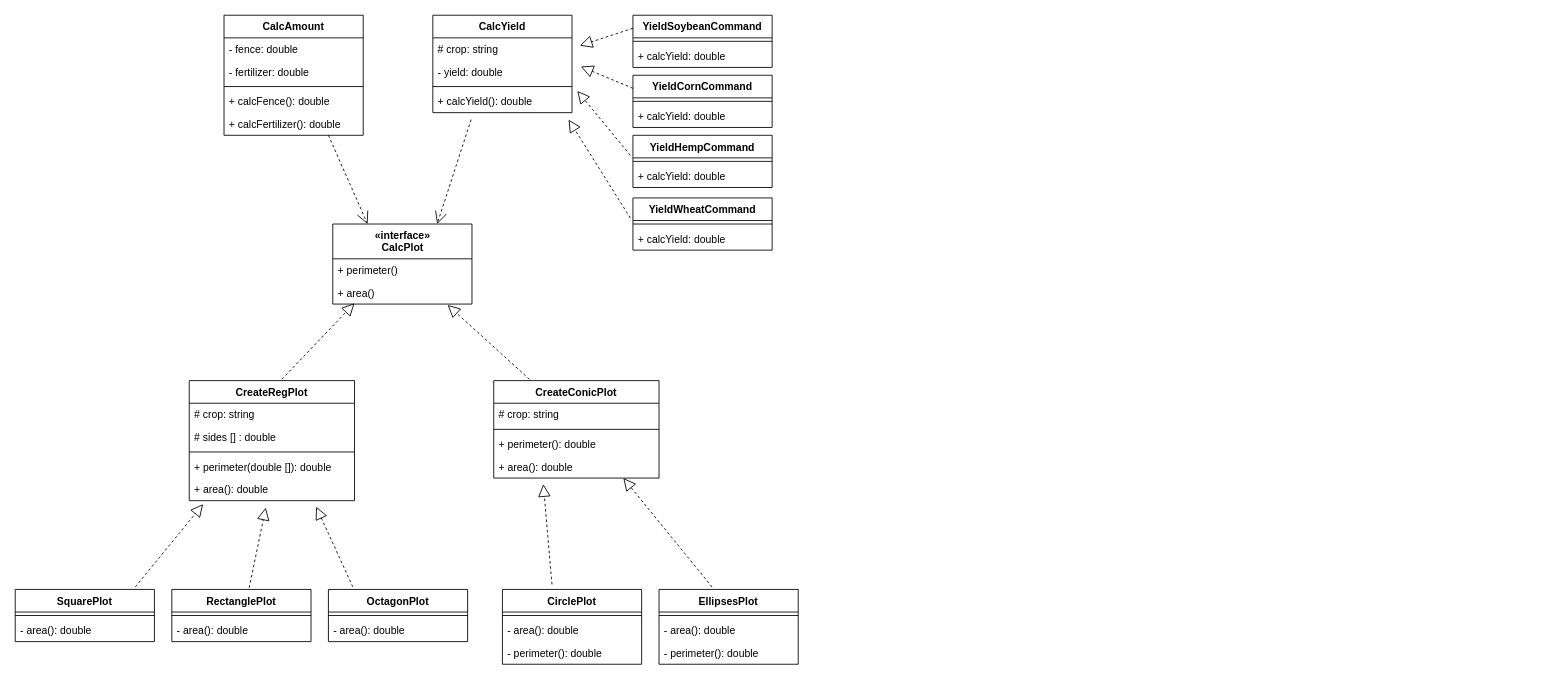
aulo/CISC210Draw keeps this draw.io diagram as Farming.drawio. Above is the earlier version. Source tidied: cells renumbered, new cells numbered last; positions are measured from the earlier drawing's top-left corner, leaving out a move shared by most shapes. Both pictures are drawn from the tidied source at 87%, with x=0, y=0 at pixel (15, 15).
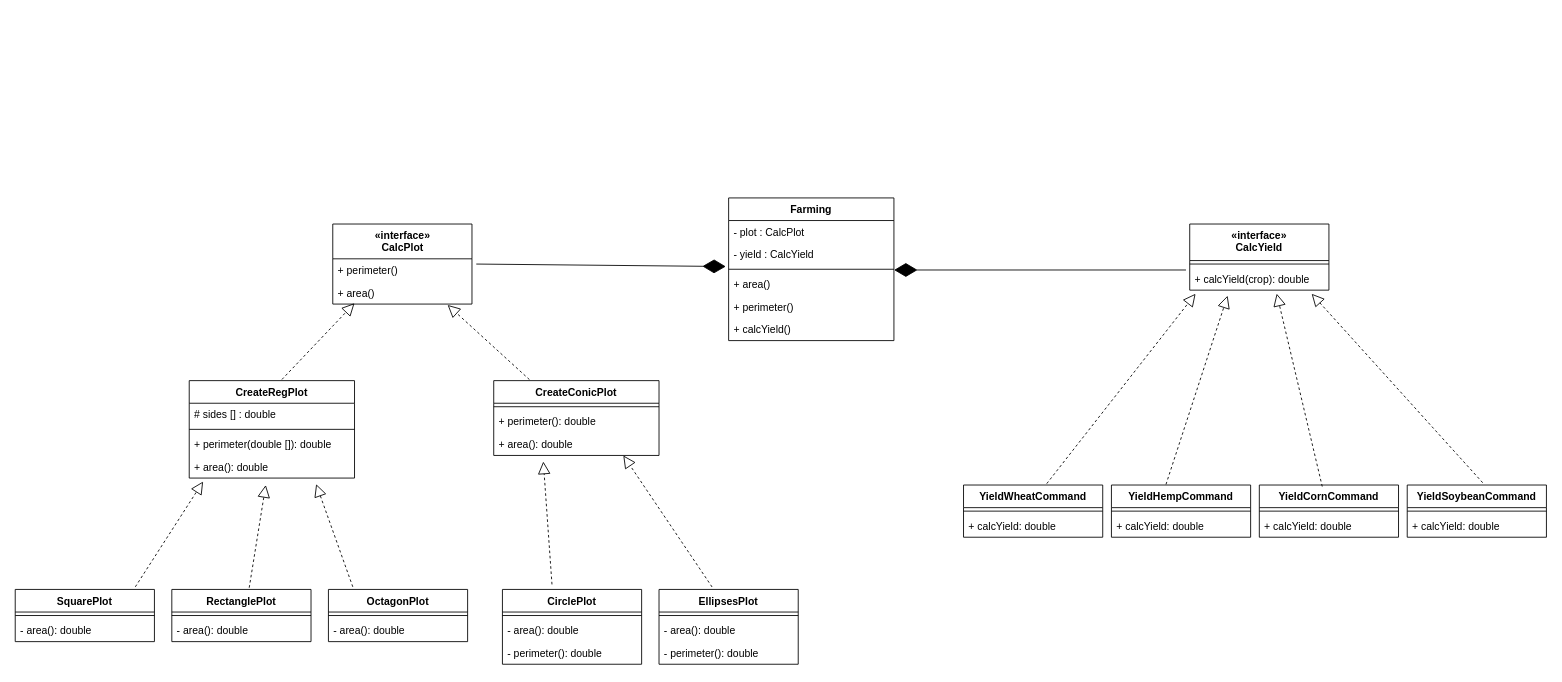
The same diagram, later.

The change refers to these unchanged cells:
```xml
<mxCell id="2" value="«interface»&lt;br&gt;&lt;b&gt;CalcPlot&lt;/b&gt;" style="swimlane;fontStyle=1;align=center;verticalAlign=top;horizontal=1;startSize=40;html=1;swimlaneLine=1;" parent="1" vertex="1">
  <mxGeometry x="365" y="240" width="160" height="92" as="geometry" />
</mxCell>
<mxCell id="3" value="+ perimeter()" style="text;strokeColor=none;fillColor=none;align=left;verticalAlign=top;spacingLeft=4;spacingRight=4;overflow=hidden;points=[[0,0.5],[1,0.5]];portConstraint=eastwest;" parent="2" vertex="1">
  <mxGeometry y="40" width="160" height="26" as="geometry" />
</mxCell>
```

Diff of the diagram source:
```diff
@@
     <mxCell id="5" value="CreateRegPlot" style="swimlane;fontStyle=1;align=center;verticalAlign=top;horizontal=1;startSize=26;" parent="1" vertex="1">
-      <mxGeometry x="200" y="420" width="190" height="138" as="geometry" />
+      <mxGeometry x="200" y="420" width="190" height="112" as="geometry" />
     </mxCell>
-    <mxCell id="6" value="# crop: string" style="text;strokeColor=none;fillColor=none;align=left;verticalAlign=top;spacingLeft=4;spacingRight=4;overflow=hidden;" parent="5" vertex="1">
-      <mxGeometry y="26" width="190" height="26" as="geometry" />
-    </mxCell>
     <mxCell id="7" value="# sides [] : double" style="text;strokeColor=none;fillColor=none;align=left;verticalAlign=top;spacingLeft=4;spacingRight=4;overflow=hidden;" parent="5" vertex="1">
-      <mxGeometry y="52" width="190" height="26" as="geometry" />
+      <mxGeometry y="26" width="190" height="26" as="geometry" />
     </mxCell>
     <mxCell id="8" style="line;strokeWidth=1;fillColor=none;align=left;verticalAlign=middle;spacingTop=-1;spacingLeft=3;spacingRight=3;labelPosition=right;" parent="5" vertex="1">
-      <mxGeometry y="78" width="190" height="8" as="geometry" />
+      <mxGeometry y="52" width="190" height="8" as="geometry" />
     </mxCell>
     <mxCell id="9" value="+ perimeter(double []): double" style="text;strokeColor=none;fillColor=none;align=left;verticalAlign=top;spacingLeft=4;spacingRight=4;overflow=hidden;" parent="5" vertex="1">
-      <mxGeometry y="86" width="190" height="26" as="geometry" />
+      <mxGeometry y="60" width="190" height="26" as="geometry" />
     </mxCell>
     <mxCell id="10" value="+ area(): double" style="text;strokeColor=none;fillColor=none;align=left;verticalAlign=top;spacingLeft=4;spacingRight=4;overflow=hidden;points=[[0,0.5],[1,0.5]];portConstraint=eastwest;" parent="5" vertex="1">
-      <mxGeometry y="112" width="190" height="26" as="geometry" />
+      <mxGeometry y="86" width="190" height="26" as="geometry" />
     </mxCell>
-    <mxCell id="11" value="CalcAmount" style="swimlane;fontStyle=1;align=center;verticalAlign=top;horizontal=1;startSize=26;" parent="1" vertex="1">
-      <mxGeometry x="240" width="160" height="138" as="geometry" />
-    </mxCell>
-    <mxCell id="12" value="- fence: double" style="text;strokeColor=none;fillColor=none;align=left;verticalAlign=top;spacingLeft=4;spacingRight=4;overflow=hidden;" parent="11" vertex="1">
-      <mxGeometry y="26" width="160" height="26" as="geometry" />
-    </mxCell>
-    <mxCell id="13" value="- fertilizer: double" style="text;strokeColor=none;fillColor=none;align=left;verticalAlign=top;spacingLeft=4;spacingRight=4;overflow=hidden;" parent="11" vertex="1">
-      <mxGeometry y="52" width="160" height="26" as="geometry" />
-    </mxCell>
-    <mxCell id="14" style="line;strokeWidth=1;fillColor=none;align=left;verticalAlign=middle;spacingTop=-1;spacingLeft=3;spacingRight=3;labelPosition=right;" parent="11" vertex="1">
-      <mxGeometry y="78" width="160" height="8" as="geometry" />
-    </mxCell>
-    <mxCell id="15" value="+ calcFence(): double" style="text;strokeColor=none;fillColor=none;align=left;verticalAlign=top;spacingLeft=4;spacingRight=4;overflow=hidden;" parent="11" vertex="1">
-      <mxGeometry y="86" width="160" height="26" as="geometry" />
-    </mxCell>
-    <mxCell id="16" value="+ calcFertilizer(): double" style="text;strokeColor=none;fillColor=none;align=left;verticalAlign=top;spacingLeft=4;spacingRight=4;overflow=hidden;" parent="11" vertex="1">
-      <mxGeometry y="112" width="160" height="26" as="geometry" />
-    </mxCell>
-    <mxCell id="17" value="CalcYield" style="swimlane;fontStyle=1;align=center;verticalAlign=top;horizontal=1;startSize=26;" parent="1" vertex="1">
-      <mxGeometry x="480" width="160" height="112" as="geometry" />
+    <mxCell id="17" value="«interface»&#10;CalcYield" style="swimlane;fontStyle=1;align=center;verticalAlign=top;horizontal=1;startSize=42;" parent="1" vertex="1">
+      <mxGeometry x="1350" y="240" width="160" height="76" as="geometry" />
     </mxCell>
-    <mxCell id="18" value="# crop: string" style="text;strokeColor=none;fillColor=none;align=left;verticalAlign=top;spacingLeft=4;spacingRight=4;overflow=hidden;points=[[0,0.5],[1,0.5]];portConstraint=eastwest;" parent="17" vertex="1">
-      <mxGeometry y="26" width="160" height="26" as="geometry" />
-    </mxCell>
-    <mxCell id="19" value="- yield: double" style="text;strokeColor=none;fillColor=none;align=left;verticalAlign=top;spacingLeft=4;spacingRight=4;overflow=hidden;points=[[0,0.5],[1,0.5]];portConstraint=eastwest;" parent="17" vertex="1">
-      <mxGeometry y="52" width="160" height="26" as="geometry" />
-    </mxCell>
     <mxCell id="20" style="line;strokeWidth=1;fillColor=none;align=left;verticalAlign=middle;spacingTop=-1;spacingLeft=3;spacingRight=3;labelPosition=right;" parent="17" vertex="1">
-      <mxGeometry y="78" width="160" height="8" as="geometry" />
+      <mxGeometry y="42" width="160" height="8" as="geometry" />
     </mxCell>
-    <mxCell id="21" value="+ calcYield(): double" style="text;strokeColor=none;fillColor=none;align=left;verticalAlign=top;spacingLeft=4;spacingRight=4;overflow=hidden;points=[[0,0.5],[1,0.5]];portConstraint=eastwest;" parent="17" vertex="1">
-      <mxGeometry y="86" width="160" height="26" as="geometry" />
+    <mxCell id="21" value="+ calcYield(crop): double" style="text;strokeColor=none;fillColor=none;align=left;verticalAlign=top;spacingLeft=4;spacingRight=4;overflow=hidden;points=[[0,0.5],[1,0.5]];portConstraint=eastwest;" parent="17" vertex="1">
+      <mxGeometry y="50" width="160" height="26" as="geometry" />
     </mxCell>
@@
     <mxCell id="40" value="CreateConicPlot" style="swimlane;fontStyle=1;align=center;verticalAlign=top;horizontal=1;startSize=26;" parent="1" vertex="1">
-      <mxGeometry x="550" y="420" width="190" height="112" as="geometry" />
+      <mxGeometry x="550" y="420" width="190" height="86" as="geometry" />
     </mxCell>
-    <mxCell id="41" value="# crop: string" style="text;strokeColor=none;fillColor=none;align=left;verticalAlign=top;spacingLeft=4;spacingRight=4;overflow=hidden;" parent="40" vertex="1">
-      <mxGeometry y="26" width="190" height="26" as="geometry" />
-    </mxCell>
     <mxCell id="42" style="line;strokeWidth=1;fillColor=none;align=left;verticalAlign=middle;spacingTop=-1;spacingLeft=3;spacingRight=3;labelPosition=right;" parent="40" vertex="1">
-      <mxGeometry y="52" width="190" height="8" as="geometry" />
+      <mxGeometry y="26" width="190" height="8" as="geometry" />
     </mxCell>
     <mxCell id="43" value="+ perimeter(): double" style="text;strokeColor=none;fillColor=none;align=left;verticalAlign=top;spacingLeft=4;spacingRight=4;overflow=hidden;" parent="40" vertex="1">
-      <mxGeometry y="60" width="190" height="26" as="geometry" />
+      <mxGeometry y="34" width="190" height="26" as="geometry" />
     </mxCell>
     <mxCell id="44" value="+ area(): double" style="text;strokeColor=none;fillColor=none;align=left;verticalAlign=top;spacingLeft=4;spacingRight=4;overflow=hidden;points=[[0,0.5],[1,0.5]];portConstraint=eastwest;" parent="40" vertex="1">
-      <mxGeometry y="86" width="190" height="26" as="geometry" />
+      <mxGeometry y="60" width="190" height="26" as="geometry" />
     </mxCell>
@@
-    <mxCell id="51" style="endArrow=open;endSize=12;dashed=1;html=1;entryX=0.25;entryY=0;entryDx=0;entryDy=0;exitX=0.75;exitY=1;exitDx=0;exitDy=0;" parent="1" edge="1" source="11" target="2">
-      <mxGeometry relative="1" as="geometry" />
-    </mxCell>
-    <mxCell id="52" style="endArrow=open;endSize=12;dashed=1;html=1;exitX=0.275;exitY=1.308;exitDx=0;exitDy=0;exitPerimeter=0;entryX=0.75;entryY=0;entryDx=0;entryDy=0;" parent="1" edge="1" source="21" target="2">
-      <mxGeometry relative="1" as="geometry" />
-    </mxCell>
     <mxCell id="53" value="YieldSoybeanCommand" style="swimlane;fontStyle=1;align=center;verticalAlign=top;horizontal=1;startSize=26;" parent="1" vertex="1">
-      <mxGeometry x="710" width="160" height="60" as="geometry" />
+      <mxGeometry x="1600" y="540" width="160" height="60" as="geometry" />
     </mxCell>
@@
     <mxCell id="56" value="YieldCornCommand" style="swimlane;fontStyle=1;align=center;verticalAlign=top;horizontal=1;startSize=26;" parent="1" vertex="1">
-      <mxGeometry x="710" y="69" width="160" height="60" as="geometry" />
+      <mxGeometry x="1430" y="540" width="160" height="60" as="geometry" />
     </mxCell>
@@
     <mxCell id="59" value="YieldHempCommand" style="swimlane;fontStyle=1;align=center;verticalAlign=top;horizontal=1;startSize=26;" parent="1" vertex="1">
-      <mxGeometry x="710" y="138" width="160" height="60" as="geometry" />
+      <mxGeometry x="1260" y="540" width="160" height="60" as="geometry" />
     </mxCell>
@@
     <mxCell id="62" value="YieldWheatCommand" style="swimlane;fontStyle=1;align=center;verticalAlign=top;horizontal=1;startSize=26;" parent="1" vertex="1">
-      <mxGeometry x="710" y="210" width="160" height="60" as="geometry" />
+      <mxGeometry x="1090" y="540" width="160" height="60" as="geometry" />
     </mxCell>
@@
-    <mxCell id="65" style="endArrow=block;dashed=1;endFill=0;endSize=12;html=1;exitX=-0.019;exitY=0.383;exitDx=0;exitDy=0;exitPerimeter=0;entryX=0.975;entryY=1.308;entryDx=0;entryDy=0;entryPerimeter=0;" parent="1" edge="1" source="62" target="21">
+    <mxCell id="65" style="endArrow=block;dashed=1;endFill=0;endSize=12;html=1;entryX=0.042;entryY=1.16;entryDx=0;entryDy=0;entryPerimeter=0;exitX=0.598;exitY=-0.027;exitDx=0;exitDy=0;exitPerimeter=0;" parent="1" edge="1" source="62" target="21">
       <mxGeometry relative="1" as="geometry" />
     </mxCell>
-    <mxCell id="66" style="endArrow=block;dashed=1;endFill=0;endSize=12;html=1;exitX=-0.019;exitY=0.383;exitDx=0;exitDy=0;exitPerimeter=0;entryX=1.038;entryY=0.038;entryDx=0;entryDy=0;entryPerimeter=0;" parent="1" edge="1" source="59" target="21">
+    <mxCell id="66" style="endArrow=block;dashed=1;endFill=0;endSize=12;html=1;exitX=0.392;exitY=-0.012;exitDx=0;exitDy=0;exitPerimeter=0;entryX=0.272;entryY=1.246;entryDx=0;entryDy=0;entryPerimeter=0;" parent="1" edge="1" source="59" target="21">
       <mxGeometry relative="1" as="geometry" />
     </mxCell>
-    <mxCell id="67" style="endArrow=block;dashed=1;endFill=0;endSize=12;html=1;exitX=0;exitY=0.25;exitDx=0;exitDy=0;entryX=1.063;entryY=0.269;entryDx=0;entryDy=0;entryPerimeter=0;" parent="1" edge="1" source="56" target="19">
+    <mxCell id="67" style="endArrow=block;dashed=1;endFill=0;endSize=12;html=1;exitX=0.452;exitY=0.029;exitDx=0;exitDy=0;exitPerimeter=0;entryX=0.625;entryY=1.154;entryDx=0;entryDy=0;entryPerimeter=0;" parent="1" edge="1" source="56" target="21">
       <mxGeometry relative="1" as="geometry" />
     </mxCell>
-    <mxCell id="68" style="endArrow=block;dashed=1;endFill=0;endSize=12;html=1;exitX=0;exitY=0.25;exitDx=0;exitDy=0;entryX=1.056;entryY=0.346;entryDx=0;entryDy=0;entryPerimeter=0;" parent="1" edge="1" source="53" target="18">
+    <mxCell id="68" style="endArrow=block;dashed=1;endFill=0;endSize=12;html=1;exitX=0.542;exitY=-0.045;exitDx=0;exitDy=0;entryX=0.876;entryY=1.16;entryDx=0;entryDy=0;entryPerimeter=0;exitPerimeter=0;" parent="1" edge="1" source="53" target="21">
       <mxGeometry relative="1" as="geometry" />
     </mxCell>
+    <mxCell id="69" value="Farming" style="swimlane;fontStyle=1;align=center;verticalAlign=top;horizontal=1;startSize=26;" parent="1" vertex="1">
+      <mxGeometry x="820" y="210" width="190" height="164" as="geometry" />
+    </mxCell>
+    <mxCell id="70" value="- plot : CalcPlot" style="text;strokeColor=none;fillColor=none;align=left;verticalAlign=top;spacingLeft=4;spacingRight=4;overflow=hidden;" parent="69" vertex="1">
+      <mxGeometry y="26" width="190" height="26" as="geometry" />
+    </mxCell>
+    <mxCell id="71" value="- yield : CalcYield" style="text;strokeColor=none;fillColor=none;align=left;verticalAlign=top;spacingLeft=4;spacingRight=4;overflow=hidden;points=[[0,0.5],[1,0.5]];portConstraint=eastwest;" parent="69" vertex="1">
+      <mxGeometry y="52" width="190" height="26" as="geometry" />
+    </mxCell>
+    <mxCell id="72" style="line;strokeWidth=1;fillColor=none;align=left;verticalAlign=middle;spacingTop=-1;spacingLeft=3;spacingRight=3;labelPosition=right;" parent="69" vertex="1">
+      <mxGeometry y="78" width="190" height="8" as="geometry" />
+    </mxCell>
+    <mxCell id="73" value="+ area()" style="text;strokeColor=none;fillColor=none;align=left;verticalAlign=top;spacingLeft=4;spacingRight=4;overflow=hidden;points=[[0,0.5],[1,0.5]];portConstraint=eastwest;" parent="69" vertex="1">
+      <mxGeometry y="86" width="190" height="26" as="geometry" />
+    </mxCell>
+    <mxCell id="74" value="+ perimeter()" style="text;strokeColor=none;fillColor=none;align=left;verticalAlign=top;spacingLeft=4;spacingRight=4;overflow=hidden;" parent="69" vertex="1">
+      <mxGeometry y="112" width="190" height="26" as="geometry" />
+    </mxCell>
+    <mxCell id="75" value="+ calcYield()" style="text;strokeColor=none;fillColor=none;align=left;verticalAlign=top;spacingLeft=4;spacingRight=4;overflow=hidden;" parent="69" vertex="1">
+      <mxGeometry y="138" width="190" height="26" as="geometry" />
+    </mxCell>
+    <mxCell id="76" style="endArrow=diamondThin;endFill=1;endSize=24;html=1;exitX=1.031;exitY=0.231;exitDx=0;exitDy=0;exitPerimeter=0;entryX=-0.017;entryY=1.032;entryDx=0;entryDy=0;entryPerimeter=0;" parent="1" edge="1" source="3" target="71">
+      <mxGeometry relative="1" as="geometry" />
+    </mxCell>
+    <mxCell id="77" style="endArrow=diamondThin;endFill=1;endSize=24;html=1;exitX=-0.027;exitY=0.109;exitDx=0;exitDy=0;exitPerimeter=0;entryX=1.001;entryY=-0.122;entryDx=0;entryDy=0;entryPerimeter=0;" parent="1" edge="1" source="21" target="73">
+      <mxGeometry relative="1" as="geometry" />
+    </mxCell>
```
